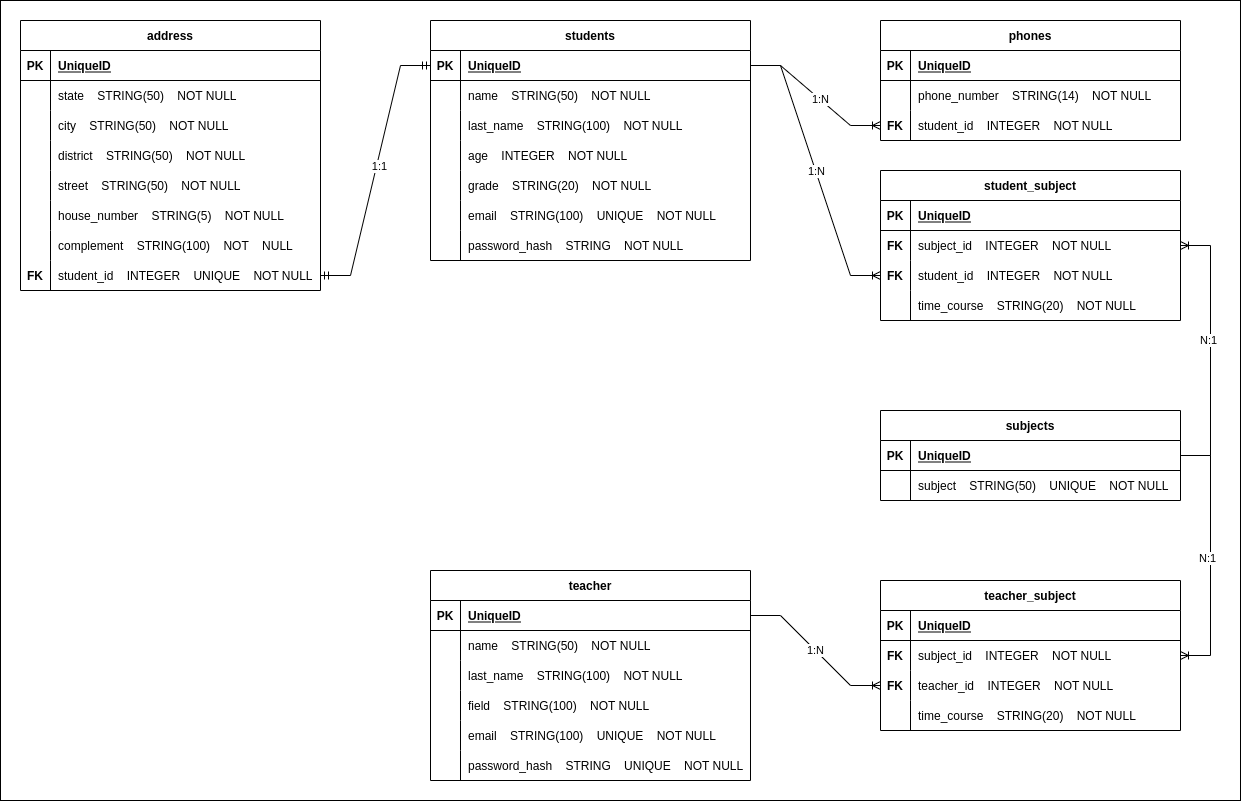
Before: Relationship Diagram.png, a diagram exported from draw.io (gabrieldosprazeres/e-plus). Source tidied: cells renumbered, new cells last; positions are measured from the earlier drawing's top-left corner, leaving out a move shared by most shapes.
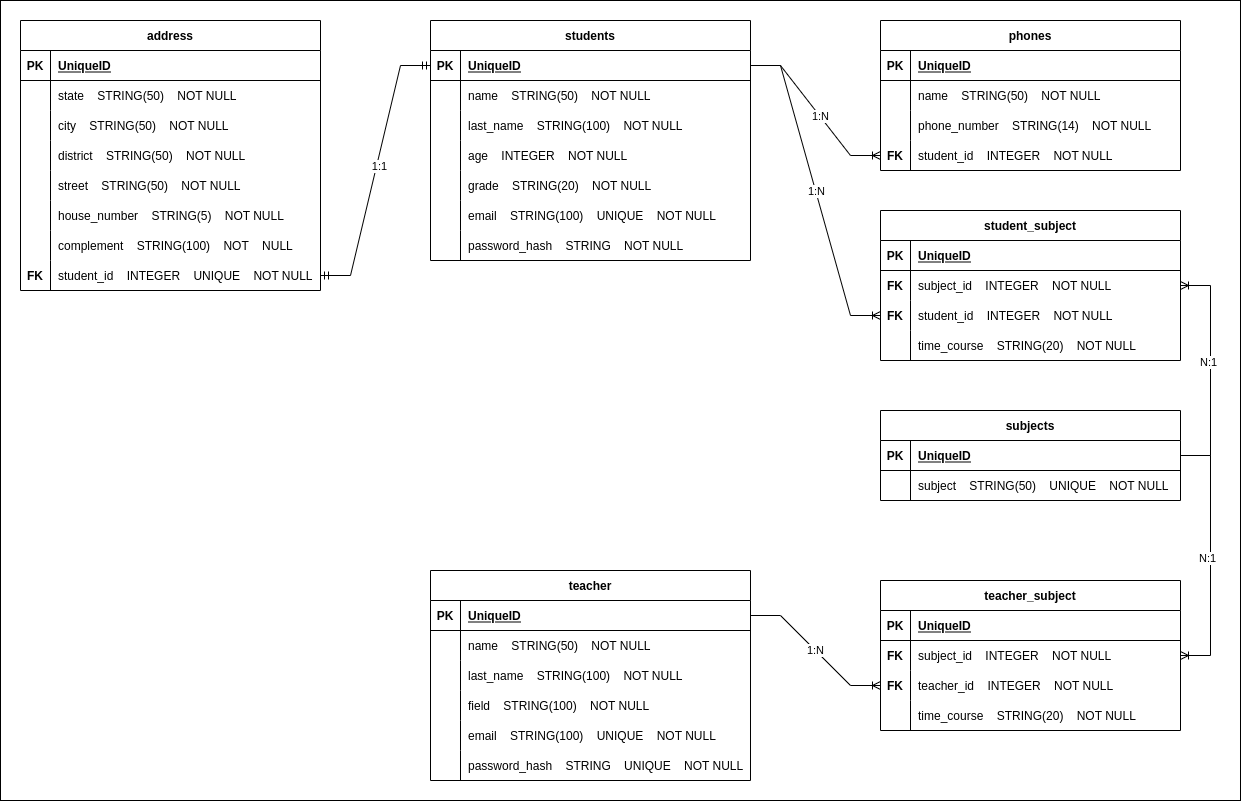
Above is the later version.

Diff of the diagram source:
```diff
@@ -99,7 +99,7 @@
       <mxGeometry x="30" width="270" height="30" as="geometry" />
     </mxCell>
     <mxCell id="34" value="phones" style="shape=table;startSize=30;rowLines=0;fontStyle=1;align=center;" parent="1" vertex="1">
-      <mxGeometry x="880" y="20" width="300" height="120" as="geometry" />
+      <mxGeometry x="880" y="20" width="300" height="150" as="geometry" />
     </mxCell>
     <mxCell id="35" style="shape=partialRectangle;fillColor=none;top=0;left=0;bottom=1;right=0;" parent="34" vertex="1">
       <mxGeometry y="30" width="300" height="30" as="geometry" />
@@ -110,8 +110,17 @@
     <mxCell id="37" value="UniqueID" style="shape=partialRectangle;fillColor=none;top=0;left=0;bottom=0;right=0;align=left;spacingLeft=6;fontStyle=5;overflow=hidden;" parent="35" vertex="1">
       <mxGeometry x="30" width="270" height="30" as="geometry" />
     </mxCell>
+    <mxCell id="124" style="shape=partialRectangle;fillColor=none;top=0;left=0;bottom=0;right=0;" parent="34" vertex="1">
+      <mxGeometry y="60" width="300" height="30" as="geometry" />
+    </mxCell>
+    <mxCell id="125" style="shape=partialRectangle;fillColor=none;top=0;left=0;bottom=0;right=0;overflow=hidden;" parent="124" vertex="1">
+      <mxGeometry width="30" height="30" as="geometry" />
+    </mxCell>
+    <mxCell id="126" value="name    STRING(50)    NOT NULL" style="shape=partialRectangle;fillColor=none;top=0;left=0;bottom=0;right=0;align=left;spacingLeft=6;overflow=hidden;" parent="124" vertex="1">
+      <mxGeometry x="30" width="270" height="30" as="geometry" />
+    </mxCell>
     <mxCell id="38" style="shape=partialRectangle;fillColor=none;top=0;left=0;bottom=0;right=0;" parent="34" vertex="1">
-      <mxGeometry y="60" width="300" height="30" as="geometry" />
+      <mxGeometry y="90" width="300" height="30" as="geometry" />
     </mxCell>
     <mxCell id="39" style="shape=partialRectangle;fillColor=none;top=0;left=0;bottom=0;right=0;overflow=hidden;" parent="38" vertex="1">
       <mxGeometry width="30" height="30" as="geometry" />
@@ -120,7 +129,7 @@
       <mxGeometry x="30" width="270" height="30" as="geometry" />
     </mxCell>
     <mxCell id="41" style="shape=partialRectangle;fillColor=none;top=0;left=0;bottom=0;right=0;points=[[0,0.5],[1,0.5]];portConstraint=eastwest;" parent="34" vertex="1">
-      <mxGeometry y="90" width="300" height="30" as="geometry" />
+      <mxGeometry y="120" width="300" height="30" as="geometry" />
     </mxCell>
     <mxCell id="42" value="FK" style="shape=partialRectangle;fillColor=none;top=0;left=0;bottom=0;right=0;overflow=hidden;fontStyle=1;" parent="41" vertex="1">
       <mxGeometry width="30" height="30" as="geometry" />
@@ -275,7 +284,7 @@
       <mxGeometry x="30" width="290" height="30" as="geometry" />
     </mxCell>
     <mxCell id="92" value="student_subject" style="shape=table;startSize=30;rowLines=0;fontStyle=1;align=center;" parent="1" vertex="1">
-      <mxGeometry x="880" y="170" width="300" height="150" as="geometry" />
+      <mxGeometry x="880" y="210" width="300" height="150" as="geometry" />
     </mxCell>
     <mxCell id="93" style="shape=partialRectangle;fillColor=none;top=0;left=0;bottom=1;right=0;" parent="92" vertex="1">
       <mxGeometry y="30" width="300" height="30" as="geometry" />
```
